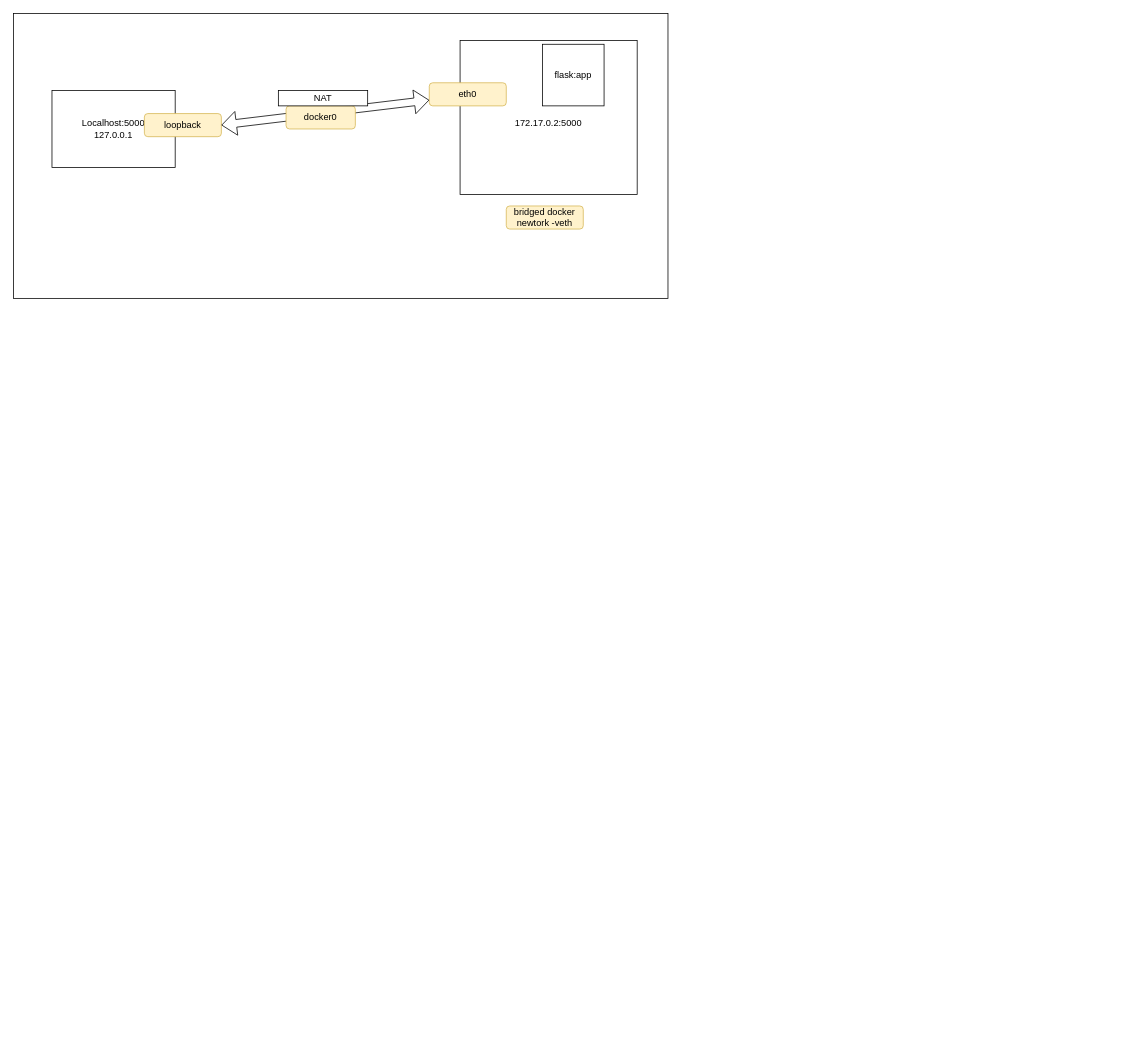
The draw.io diagram challenge1/draw.drawio in ComplexNetTSP/kubernetes-bachbouchaa, before the edit. Source tidied: cells renumbered, new cells numbered last; positions are measured from the earlier drawing's top-left corner, leaving out a move shared by most shapes. Both pictures are drawn from the tidied source at 77%, with x=0, y=0 at pixel (13, 13).
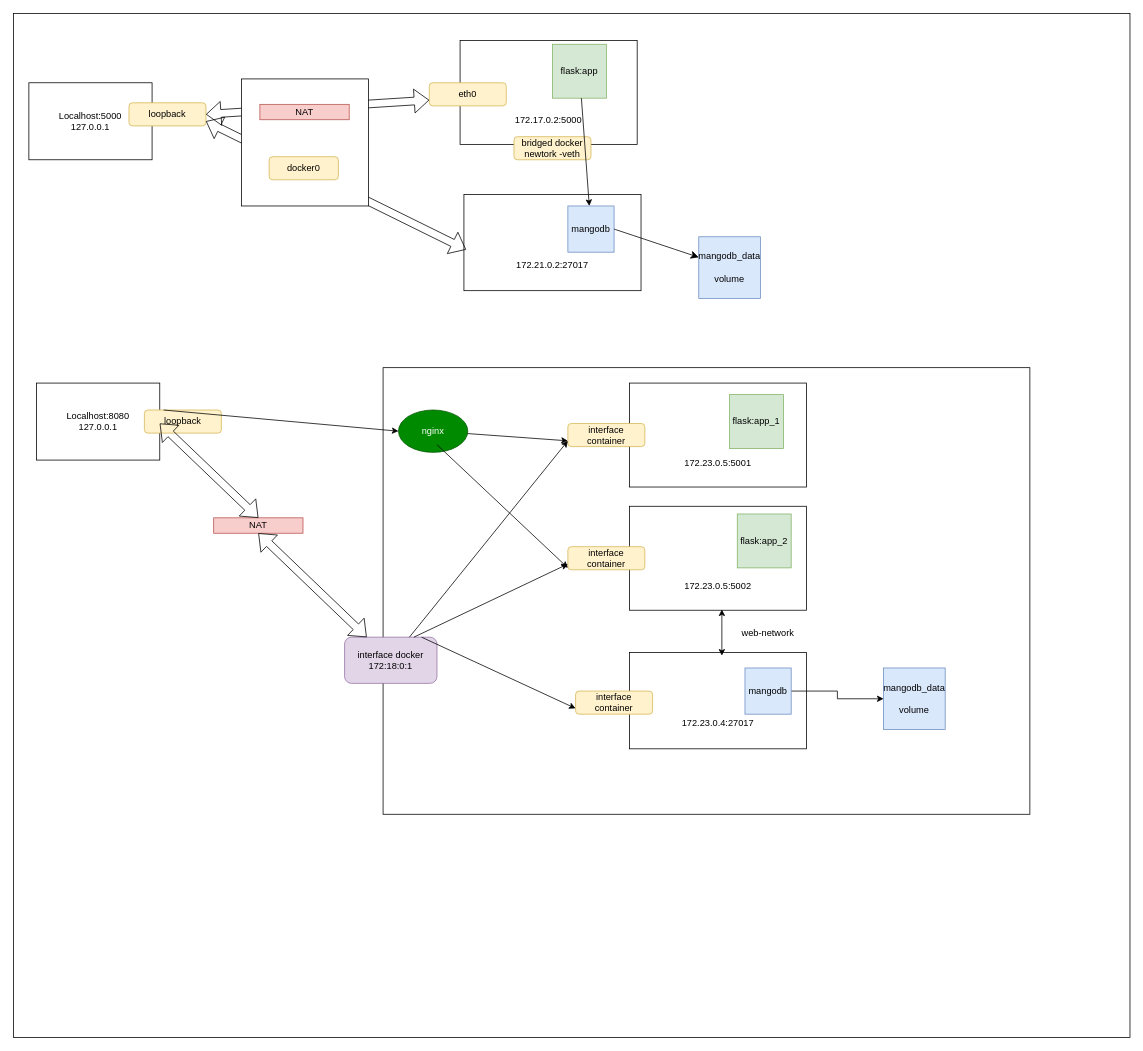
Above is the later version.

Change to the diagram source:
```diff
@@
     <mxCell id="2" style="rounded=0;whiteSpace=wrap;html=1;" parent="1" vertex="1">
-      <mxGeometry width="850" height="370" as="geometry" />
+      <mxGeometry width="1450" height="1330" as="geometry" />
     </mxCell>
-    <mxCell id="3" value="&lt;br&gt;172.17.0.2:5000" style="rounded=0;whiteSpace=wrap;html=1;" parent="1" vertex="1">
-      <mxGeometry x="580" y="35" width="230" height="200" as="geometry" />
+    <mxCell id="3" value="&lt;div&gt;&lt;br&gt;&lt;/div&gt;&lt;div&gt;&lt;br&gt;&lt;/div&gt;&lt;div&gt;&lt;br&gt;&lt;/div&gt;&lt;div&gt;&lt;br&gt;&lt;/div&gt;&lt;div&gt;&lt;br&gt;&lt;/div&gt;172.17.0.2:5000" style="rounded=0;whiteSpace=wrap;html=1;" parent="1" vertex="1">
+      <mxGeometry x="580" y="35" width="230" height="135" as="geometry" />
     </mxCell>
     <mxCell id="4" value="Localhost:5000&lt;br&gt;127.0.0.1" style="rounded=0;whiteSpace=wrap;html=1;" parent="1" vertex="1">
-      <mxGeometry x="50" y="100" width="160" height="100" as="geometry" />
+      <mxGeometry x="20" y="90" width="160" height="100" as="geometry" />
     </mxCell>
     <mxCell id="5" value="loopback" style="rounded=1;whiteSpace=wrap;html=1;fillColor=#fff2cc;strokeColor=#d6b656;" parent="1" vertex="1">
-      <mxGeometry x="170" y="130" width="100" height="30" as="geometry" />
+      <mxGeometry x="150" y="116" width="100" height="30" as="geometry" />
     </mxCell>
@@
-    <mxCell id="8" value="docker0" style="rounded=1;whiteSpace=wrap;html=1;fillColor=#fff2cc;strokeColor=#d6b656;" parent="1" vertex="1">
-      <mxGeometry x="354" y="120" width="90" height="30" as="geometry" />
-    </mxCell>
-    <mxCell id="9" value="NAT" style="rounded=0;whiteSpace=wrap;html=1;" parent="1" vertex="1">
-      <mxGeometry x="344" y="100" width="116" height="20" as="geometry" />
-    </mxCell>
-    <mxCell id="10" value="flask:app" style="whiteSpace=wrap;html=1;" parent="1" vertex="1">
-      <mxGeometry x="687" y="40" width="80" height="80" as="geometry" />
+    <mxCell id="10" value="flask:app" style="whiteSpace=wrap;html=1;fillColor=#d5e8d4;strokeColor=#82b366;" parent="1" vertex="1">
+      <mxGeometry x="700" y="40" width="70" height="70" as="geometry" />
     </mxCell>
     <mxCell id="11" value="bridged docker&lt;br&gt;newtork -veth" style="rounded=1;whiteSpace=wrap;html=1;fillColor=#fff2cc;strokeColor=#d6b656;" parent="1" vertex="1">
-      <mxGeometry x="640" y="250" width="100" height="30" as="geometry" />
+      <mxGeometry x="650" y="160" width="100" height="30" as="geometry" />
     </mxCell>
+    <mxCell id="12" value="&lt;br&gt;&lt;br&gt;&lt;div&gt;&lt;br&gt;&lt;/div&gt;&lt;div&gt;&lt;br&gt;&lt;/div&gt;&lt;div&gt;172.21.0.2:27017&lt;/div&gt;" style="rounded=0;whiteSpace=wrap;html=1;" parent="1" vertex="1">
+      <mxGeometry x="585" y="235" width="230" height="125" as="geometry" />
+    </mxCell>
+    <mxCell id="13" value="mangodb" style="whiteSpace=wrap;html=1;fillColor=#dae8fc;strokeColor=#6c8ebf;" parent="1" vertex="1">
+      <mxGeometry x="720" y="250" width="60" height="60" as="geometry" />
+    </mxCell>
+    <mxCell id="14" value="mangodb_data&lt;div&gt;&lt;br&gt;&lt;/div&gt;&lt;div&gt;volume&lt;/div&gt;" style="whiteSpace=wrap;html=1;fillColor=#dae8fc;strokeColor=#6c8ebf;" parent="1" vertex="1">
+      <mxGeometry x="890" y="290" width="80" height="80" as="geometry" />
+    </mxCell>
+    <mxCell id="15" style="endArrow=classic;html=1;rounded=0;fontSize=12;startSize=8;endSize=8;curved=1;exitX=1;exitY=0.5;exitDx=0;exitDy=0;" parent="1" edge="1" source="13" target="14">
+      <mxGeometry relative="1" as="geometry" />
+    </mxCell>
+    <mxCell id="16" style="shape=flexArrow;endArrow=classic;startArrow=classic;html=1;rounded=0;exitX=0.012;exitY=0.573;exitDx=0;exitDy=0;exitPerimeter=0;" parent="1" edge="1" source="12">
+      <mxGeometry relative="1" as="geometry">
+        <mxPoint x="250" y="140" as="targetPoint" />
+      </mxGeometry>
+    </mxCell>
+    <mxCell id="17" style="whiteSpace=wrap;html=1;" parent="1" vertex="1">
+      <mxGeometry x="296" y="85" width="165" height="165" as="geometry" />
+    </mxCell>
+    <mxCell id="9" value="NAT" style="rounded=0;whiteSpace=wrap;html=1;fillColor=#f8cecc;strokeColor=#b85450;" parent="1" vertex="1">
+      <mxGeometry x="320" y="118" width="116" height="20" as="geometry" />
+    </mxCell>
+    <mxCell id="8" value="docker0" style="rounded=1;whiteSpace=wrap;html=1;fillColor=#fff2cc;strokeColor=#d6b656;" parent="1" vertex="1">
+      <mxGeometry x="332" y="186" width="90" height="30" as="geometry" />
+    </mxCell>
+    <mxCell id="18" style="endArrow=classic;html=1;rounded=0;" parent="1" edge="1" source="10" target="13">
+      <mxGeometry relative="1" as="geometry" />
+    </mxCell>
+    <mxCell id="19" value="Localhost:8080&lt;br&gt;127.0.0.1" style="rounded=0;whiteSpace=wrap;html=1;" parent="1" vertex="1">
+      <mxGeometry x="30" y="480" width="160" height="100" as="geometry" />
+    </mxCell>
+    <mxCell id="20" value="loopback" style="rounded=1;whiteSpace=wrap;html=1;fillColor=#fff2cc;strokeColor=#d6b656;" parent="1" vertex="1">
+      <mxGeometry x="170" y="515" width="100" height="30" as="geometry" />
+    </mxCell>
+    <mxCell id="21" style="rounded=0;whiteSpace=wrap;html=1;" parent="1" vertex="1">
+      <mxGeometry x="480" y="460" width="840" height="580" as="geometry" />
+    </mxCell>
+    <mxCell id="22" value="&lt;div&gt;&lt;br&gt;&lt;/div&gt;&lt;div&gt;&lt;br&gt;&lt;/div&gt;&lt;div&gt;&lt;br&gt;&lt;/div&gt;&lt;div&gt;&lt;br&gt;&lt;/div&gt;&lt;div&gt;&lt;br&gt;&lt;/div&gt;172.23.0.5:5001" style="rounded=0;whiteSpace=wrap;html=1;" parent="1" vertex="1">
+      <mxGeometry x="800" y="480" width="230" height="135" as="geometry" />
+    </mxCell>
+    <mxCell id="23" value="flask:app_1" style="whiteSpace=wrap;html=1;fillColor=#d5e8d4;strokeColor=#82b366;" parent="1" vertex="1">
+      <mxGeometry x="930" y="495" width="70" height="70" as="geometry" />
+    </mxCell>
+    <mxCell id="24" value="&lt;div&gt;&lt;br&gt;&lt;/div&gt;&lt;div&gt;&lt;br&gt;&lt;/div&gt;&lt;div&gt;&lt;br&gt;&lt;/div&gt;&lt;div&gt;&lt;br&gt;&lt;/div&gt;&lt;div&gt;&lt;br&gt;&lt;/div&gt;172.23.0.5:5002" style="rounded=0;whiteSpace=wrap;html=1;" parent="1" vertex="1">
+      <mxGeometry x="800" y="640" width="230" height="135" as="geometry" />
+    </mxCell>
+    <mxCell id="25" value="flask:app_2" style="whiteSpace=wrap;html=1;fillColor=#d5e8d4;strokeColor=#82b366;" parent="1" vertex="1">
+      <mxGeometry x="940" y="650" width="70" height="70" as="geometry" />
+    </mxCell>
+    <mxCell id="26" value="&lt;br&gt;&lt;br&gt;&lt;div&gt;&lt;br&gt;&lt;/div&gt;&lt;div&gt;&lt;br&gt;&lt;/div&gt;&lt;div&gt;172.23.0.4:27017&lt;/div&gt;" style="rounded=0;whiteSpace=wrap;html=1;" parent="1" vertex="1">
+      <mxGeometry x="800" y="830" width="230" height="125" as="geometry" />
+    </mxCell>
+    <mxCell id="27" style="edgeStyle=orthogonalEdgeStyle;rounded=0;jettySize=auto;html=1;" parent="1" edge="1" source="28" target="29">
+      <mxGeometry relative="1" as="geometry" />
+    </mxCell>
+    <mxCell id="28" value="mangodb" style="whiteSpace=wrap;html=1;fillColor=#dae8fc;strokeColor=#6c8ebf;" parent="1" vertex="1">
+      <mxGeometry x="950" y="850" width="60" height="60" as="geometry" />
+    </mxCell>
+    <mxCell id="29" value="mangodb_data&lt;div&gt;&lt;br&gt;&lt;/div&gt;&lt;div&gt;volume&lt;/div&gt;" style="whiteSpace=wrap;html=1;fillColor=#dae8fc;strokeColor=#6c8ebf;" parent="1" vertex="1">
+      <mxGeometry x="1130" y="850" width="80" height="80" as="geometry" />
+    </mxCell>
+    <mxCell id="30" value="interface container" style="rounded=1;whiteSpace=wrap;html=1;fillColor=#fff2cc;strokeColor=#d6b656;" parent="1" vertex="1">
+      <mxGeometry x="720" y="532.5" width="100" height="30" as="geometry" />
+    </mxCell>
+    <mxCell id="31" value="interface container" style="rounded=1;whiteSpace=wrap;html=1;fillColor=#fff2cc;strokeColor=#d6b656;" parent="1" vertex="1">
+      <mxGeometry x="720" y="692.5" width="100" height="30" as="geometry" />
+    </mxCell>
+    <mxCell id="32" value="interface container" style="rounded=1;whiteSpace=wrap;html=1;fillColor=#fff2cc;strokeColor=#d6b656;" parent="1" vertex="1">
+      <mxGeometry x="730" y="880" width="100" height="30" as="geometry" />
+    </mxCell>
+    <mxCell id="33" style="endArrow=classic;startArrow=classic;html=1;rounded=0;" parent="1" edge="1">
+      <mxGeometry relative="1" as="geometry">
+        <mxPoint x="920" y="834" as="sourcePoint" />
+        <mxPoint x="920" y="774" as="targetPoint" />
+      </mxGeometry>
+    </mxCell>
+    <mxCell id="34" value="web-network" style="text;strokeColor=none;align=center;fillColor=none;html=1;verticalAlign=middle;whiteSpace=wrap;rounded=0;" parent="1" vertex="1">
+      <mxGeometry x="920" y="790" width="120" height="30" as="geometry" />
+    </mxCell>
+    <mxCell id="35" value="interface docker&lt;div&gt;172:18:0:1&lt;/div&gt;" style="rounded=1;whiteSpace=wrap;html=1;fillColor=#e1d5e7;strokeColor=#9673a6;" parent="1" vertex="1">
+      <mxGeometry x="430" y="810" width="120" height="60" as="geometry" />
+    </mxCell>
+    <mxCell id="36" style="endArrow=classic;html=1;rounded=0;entryX=0;entryY=0.75;entryDx=0;entryDy=0;" parent="1" edge="1" source="35" target="30">
+      <mxGeometry relative="1" as="geometry" />
+    </mxCell>
+    <mxCell id="37" style="endArrow=classic;html=1;rounded=0;exitX=0.75;exitY=0;exitDx=0;exitDy=0;entryX=0;entryY=0.75;entryDx=0;entryDy=0;" parent="1" edge="1" source="35" target="31">
+      <mxGeometry relative="1" as="geometry" />
+    </mxCell>
+    <mxCell id="38" style="endArrow=classic;html=1;rounded=0;entryX=0;entryY=0.75;entryDx=0;entryDy=0;" parent="1" edge="1" target="32">
+      <mxGeometry relative="1" as="geometry">
+        <mxPoint x="530" y="810" as="sourcePoint" />
+      </mxGeometry>
+    </mxCell>
+    <mxCell id="39" value="NAT" style="rounded=0;whiteSpace=wrap;html=1;fillColor=#f8cecc;strokeColor=#b85450;" parent="1" vertex="1">
+      <mxGeometry x="260" y="655" width="116" height="20" as="geometry" />
+    </mxCell>
+    <mxCell id="40" style="shape=flexArrow;endArrow=classic;startArrow=classic;html=1;rounded=0;exitX=0.5;exitY=0;exitDx=0;exitDy=0;" parent="1" edge="1" source="39">
+      <mxGeometry relative="1" as="geometry">
+        <mxPoint x="190" y="532.5" as="targetPoint" />
+      </mxGeometry>
+    </mxCell>
+    <mxCell id="41" style="shape=flexArrow;endArrow=classic;startArrow=classic;html=1;rounded=0;entryX=0.5;entryY=1;entryDx=0;entryDy=0;" parent="1" edge="1" source="35" target="39">
+      <mxGeometry relative="1" as="geometry" />
+    </mxCell>
+    <mxCell id="42" value="nginx" style="ellipse;whiteSpace=wrap;html=1;fillColor=#008a00;fontColor=#ffffff;strokeColor=#005700;" parent="1" vertex="1">
+      <mxGeometry x="500" y="515" width="90" height="55" as="geometry" />
+    </mxCell>
+    <mxCell id="43" style="endArrow=classic;html=1;rounded=0;exitX=0.25;exitY=0;exitDx=0;exitDy=0;entryX=0;entryY=0.5;entryDx=0;entryDy=0;" parent="1" edge="1" source="20" target="42">
+      <mxGeometry relative="1" as="geometry" />
+    </mxCell>
+    <mxCell id="44" style="endArrow=classic;html=1;rounded=0;entryX=0;entryY=0.75;entryDx=0;entryDy=0;" parent="1" edge="1" source="42" target="30">
+      <mxGeometry relative="1" as="geometry" />
+    </mxCell>
+    <mxCell id="45" style="endArrow=classic;html=1;rounded=0;" parent="1" edge="1">
+      <mxGeometry relative="1" as="geometry">
+        <mxPoint x="550" y="560" as="sourcePoint" />
+        <mxPoint x="720" y="720" as="targetPoint" />
+      </mxGeometry>
+    </mxCell>
```
